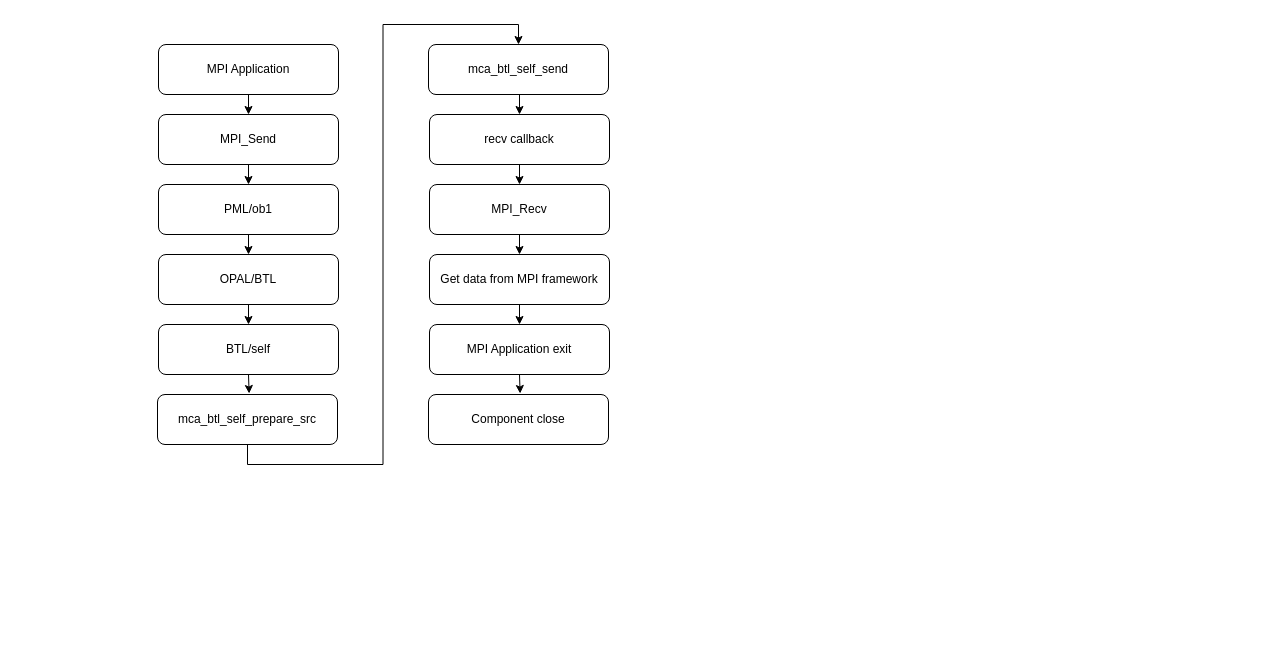
This is ompi/btl-self-send-flow.drawio from Troyself/img-design-draw-io, a draw.io file, before an edit. Source tidied: cells renumbered, new cells numbered last; positions are measured from the earlier drawing's top-left corner, leaving out a move shared by most shapes. Both pictures are drawn from the tidied source at 100%, with x=0, y=0 at pixel (157, 44).
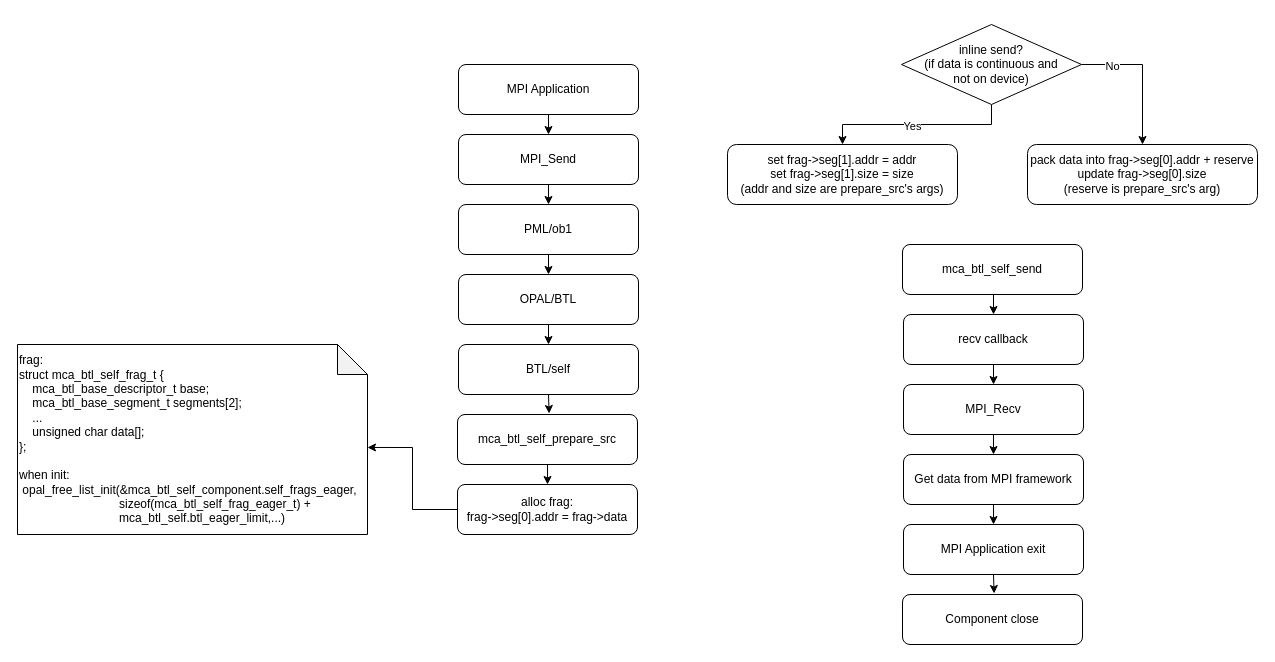
After the change.

What changed in the source:
```diff
@@
     <mxCell id="3" value="MPI Application" style="rounded=1;whiteSpace=wrap;html=1;fillColor=none;" parent="1" vertex="1">
-      <mxGeometry x="1" width="180" height="50" as="geometry" />
+      <mxGeometry x="301" y="20" width="180" height="50" as="geometry" />
     </mxCell>
@@
     <mxCell id="5" value="MPI_Send" style="rounded=1;whiteSpace=wrap;html=1;fillColor=none;" parent="1" vertex="1">
-      <mxGeometry x="1" y="70" width="180" height="50" as="geometry" />
+      <mxGeometry x="301" y="90" width="180" height="50" as="geometry" />
     </mxCell>
@@
     <mxCell id="7" value="PML/ob1" style="rounded=1;whiteSpace=wrap;html=1;fillColor=none;" parent="1" vertex="1">
-      <mxGeometry x="1" y="140" width="180" height="50" as="geometry" />
+      <mxGeometry x="301" y="160" width="180" height="50" as="geometry" />
     </mxCell>
@@
     <mxCell id="9" value="OPAL/BTL" style="rounded=1;whiteSpace=wrap;html=1;fillColor=none;" parent="1" vertex="1">
-      <mxGeometry x="1" y="210" width="180" height="50" as="geometry" />
+      <mxGeometry x="301" y="230" width="180" height="50" as="geometry" />
     </mxCell>
     <mxCell id="10" value="BTL/self" style="rounded=1;whiteSpace=wrap;html=1;fillColor=none;" parent="1" vertex="1">
-      <mxGeometry x="1" y="280" width="180" height="50" as="geometry" />
+      <mxGeometry x="301" y="300" width="180" height="50" as="geometry" />
     </mxCell>
-    <mxCell id="11" style="edgeStyle=orthogonalEdgeStyle;rounded=0;jettySize=auto;html=1;exitX=0.5;exitY=1;exitDx=0;exitDy=0;entryX=0.5;entryY=0;entryDx=0;entryDy=0;fontFamily=Helvetica;fontSize=12;fontColor=default;" parent="1" edge="1" source="12" target="14">
-      <mxGeometry relative="1" as="geometry" />
-    </mxCell>
+    <mxCell id="25" style="edgeStyle=orthogonalEdgeStyle;rounded=0;jettySize=auto;html=1;exitX=0.5;exitY=1;exitDx=0;exitDy=0;entryX=0.5;entryY=0;entryDx=0;entryDy=0;" parent="1" edge="1" source="12" target="33">
+      <mxGeometry relative="1" as="geometry" />
+    </mxCell>
     <mxCell id="12" value="mca_btl_self_prepare_src" style="rounded=1;whiteSpace=wrap;html=1;fillColor=none;" parent="1" vertex="1">
-      <mxGeometry y="350" width="180" height="50" as="geometry" />
+      <mxGeometry x="300" y="370" width="180" height="50" as="geometry" />
     </mxCell>
@@
     <mxCell id="14" value="mca_btl_self_send" style="rounded=1;whiteSpace=wrap;html=1;fillColor=none;" parent="1" vertex="1">
-      <mxGeometry x="271" width="180" height="50" as="geometry" />
+      <mxGeometry x="745" y="200" width="180" height="50" as="geometry" />
     </mxCell>
     <mxCell id="15" style="edgeStyle=orthogonalEdgeStyle;rounded=0;jettySize=auto;html=1;exitX=0.5;exitY=1;exitDx=0;exitDy=0;entryX=0.5;entryY=0;entryDx=0;entryDy=0;" parent="1" edge="1" source="16">
       <mxGeometry relative="1" as="geometry">
-        <mxPoint x="362" y="140" as="targetPoint" />
+        <mxPoint x="836" y="340" as="targetPoint" />
       </mxGeometry>
     </mxCell>
     <mxCell id="16" value="recv callback" style="rounded=1;whiteSpace=wrap;html=1;fillColor=none;" parent="1" vertex="1">
-      <mxGeometry x="272" y="70" width="180" height="50" as="geometry" />
+      <mxGeometry x="746" y="270" width="180" height="50" as="geometry" />
     </mxCell>
@@
     <mxCell id="19" value="MPI_Recv" style="rounded=1;whiteSpace=wrap;html=1;fillColor=none;" parent="1" vertex="1">
-      <mxGeometry x="272" y="140" width="180" height="50" as="geometry" />
+      <mxGeometry x="746" y="340" width="180" height="50" as="geometry" />
     </mxCell>
@@
     <mxCell id="21" value="Get data from MPI framework" style="rounded=1;whiteSpace=wrap;html=1;fillColor=none;" parent="1" vertex="1">
-      <mxGeometry x="272" y="210" width="180" height="50" as="geometry" />
+      <mxGeometry x="746" y="410" width="180" height="50" as="geometry" />
     </mxCell>
     <mxCell id="22" value="MPI Application exit" style="rounded=1;whiteSpace=wrap;html=1;fillColor=none;" parent="1" vertex="1">
-      <mxGeometry x="272" y="280" width="180" height="50" as="geometry" />
+      <mxGeometry x="746" y="480" width="180" height="50" as="geometry" />
     </mxCell>
     <mxCell id="23" value="Component close" style="rounded=1;whiteSpace=wrap;html=1;fillColor=none;" parent="1" vertex="1">
-      <mxGeometry x="271" y="350" width="180" height="50" as="geometry" />
+      <mxGeometry x="745" y="550" width="180" height="50" as="geometry" />
     </mxCell>
@@
+    <mxCell id="26" style="edgeStyle=orthogonalEdgeStyle;rounded=0;jettySize=auto;html=1;exitX=0.5;exitY=1;exitDx=0;exitDy=0;" parent="1" edge="1" source="30" target="31">
+      <mxGeometry relative="1" as="geometry" />
+    </mxCell>
+    <mxCell id="27" value="Yes" style="edgeLabel;html=1;align=center;verticalAlign=middle;" parent="26" vertex="1">
+      <mxGeometry x="-0.37" y="1" relative="1" as="geometry">
+        <mxPoint x="-40" as="offset" />
+      </mxGeometry>
+    </mxCell>
+    <mxCell id="28" style="edgeStyle=orthogonalEdgeStyle;rounded=0;jettySize=auto;html=1;exitX=1;exitY=0.5;exitDx=0;exitDy=0;entryX=0.5;entryY=0;entryDx=0;entryDy=0;" parent="1" edge="1" source="30" target="32">
+      <mxGeometry relative="1" as="geometry" />
+    </mxCell>
+    <mxCell id="29" value="No" style="edgeLabel;html=1;align=center;verticalAlign=middle;" parent="28" vertex="1">
+      <mxGeometry x="-0.57" y="-1" relative="1" as="geometry" />
+    </mxCell>
+    <mxCell id="30" value="inline send?&lt;div&gt;(if data is continuous and&lt;/div&gt;&lt;div&gt;not on device)&lt;/div&gt;" style="rhombus;whiteSpace=wrap;html=1;" parent="1" vertex="1">
+      <mxGeometry x="744" y="-20" width="180" height="80" as="geometry" />
+    </mxCell>
+    <mxCell id="31" value="set frag-&amp;gt;seg[1].addr = addr&lt;div&gt;set frag-&amp;gt;seg[1].size = size&lt;/div&gt;&lt;div&gt;(addr and size are prepare_src's args)&lt;/div&gt;" style="rounded=1;whiteSpace=wrap;html=1;fillColor=none;" parent="1" vertex="1">
+      <mxGeometry x="570" y="100" width="230" height="60" as="geometry" />
+    </mxCell>
+    <mxCell id="32" value="pack data into frag-&amp;gt;seg[0].addr + reserve&lt;div&gt;update frag-&amp;gt;seg[0].size&lt;br&gt;&lt;div&gt;(reserve is prepare_src's arg)&lt;/div&gt;&lt;/div&gt;" style="rounded=1;whiteSpace=wrap;html=1;fillColor=none;" parent="1" vertex="1">
+      <mxGeometry x="870" y="100" width="230" height="60" as="geometry" />
+    </mxCell>
+    <mxCell id="33" value="alloc frag:&lt;div&gt;frag-&amp;gt;seg[0].addr = frag-&amp;gt;data&lt;/div&gt;" style="rounded=1;whiteSpace=wrap;html=1;fillColor=none;" parent="1" vertex="1">
+      <mxGeometry x="300" y="440" width="180" height="50" as="geometry" />
+    </mxCell>
+    <mxCell id="34" value="frag:&lt;br&gt;&lt;div&gt;struct mca_btl_self_frag_t {&lt;/div&gt;&lt;div&gt;&amp;nbsp; &amp;nbsp; mca_btl_base_descriptor_t base;&lt;/div&gt;&lt;div&gt;&amp;nbsp; &amp;nbsp; mca_btl_base_segment_t segments[2];&lt;/div&gt;&lt;div&gt;&amp;nbsp; &amp;nbsp; ...&lt;br&gt;&lt;/div&gt;&lt;div&gt;&amp;nbsp; &amp;nbsp; unsigned char data[];&lt;/div&gt;&lt;div&gt;};&lt;/div&gt;&lt;div&gt;&lt;br&gt;&lt;/div&gt;&lt;div&gt;when init:&lt;br&gt;&lt;div&gt;&lt;span style=&quot;white-space: normal;&quot;&gt;&amp;nbsp;opal_free_list_init(&amp;amp;mca_btl_self_component.self_frags_eager,&lt;/span&gt;&lt;/div&gt;&lt;div&gt;&amp;nbsp; &amp;nbsp; &amp;nbsp; &amp;nbsp; &amp;nbsp; &amp;nbsp; &amp;nbsp; &amp;nbsp; &amp;nbsp; &amp;nbsp; &amp;nbsp; &amp;nbsp; &amp;nbsp; &amp;nbsp; &amp;nbsp; sizeof(mca_btl_self_frag_eager_t) +&lt;/div&gt;&lt;div&gt;&lt;span style=&quot;white-space: pre;&quot;&gt;&#9;&lt;/span&gt;&lt;span style=&quot;white-space: pre;&quot;&gt;&#9;&lt;/span&gt;&lt;span style=&quot;white-space: pre;&quot;&gt;&#9;&lt;/span&gt;&amp;nbsp; &amp;nbsp; &amp;nbsp; mca_btl_self.btl_eager_limit,...)&lt;/div&gt;&lt;/div&gt;" style="shape=note;whiteSpace=wrap;html=1;backgroundOutline=1;darkOpacity=0.05;align=left;" parent="1" vertex="1">
+      <mxGeometry x="-140" y="300" width="350" height="190" as="geometry" />
+    </mxCell>
+    <mxCell id="35" style="edgeStyle=orthogonalEdgeStyle;rounded=0;jettySize=auto;html=1;exitX=0;exitY=0.5;exitDx=0;exitDy=0;entryX=1;entryY=0.542;entryDx=0;entryDy=0;entryPerimeter=0;" parent="1" edge="1" source="33" target="34">
+      <mxGeometry relative="1" as="geometry" />
+    </mxCell>
```
